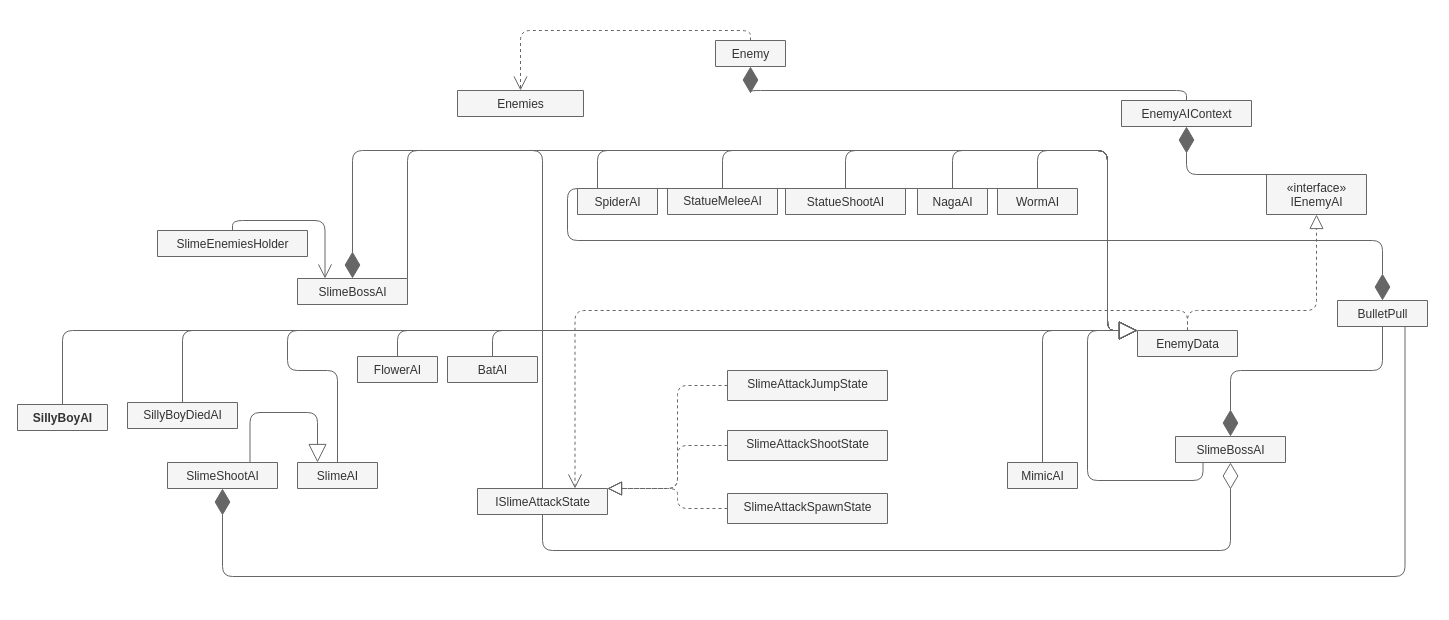
The draw.io diagram page "Enemys" (1 of 2) of UMLD/HuntersTestDiagram.drawio in pasha-str27/hunters-rite, before the edit. Source tidied: cells renumbered, new cells numbered last; positions are measured from the earlier drawing's top-left corner, leaving out a move shared by most shapes. Both pictures are drawn from the tidied source at 100%, with x=0, y=0 at pixel (17, 30).
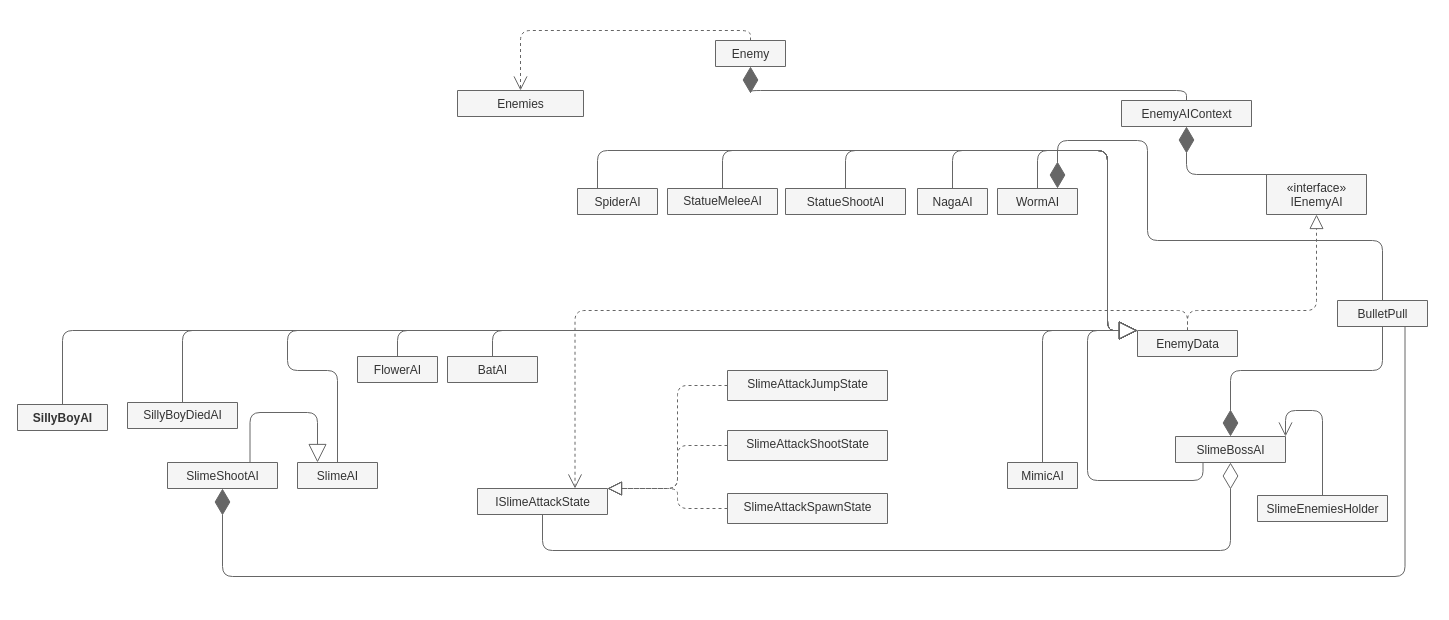
The same page after the edit.

Unchanged cells that the change refers to:
```xml
<mxCell id="7" value="EnemyData" style="swimlane;fontStyle=0;align=center;verticalAlign=top;horizontal=1;startSize=26;fontFamily=Helvetica;labelBackgroundColor=none;labelBorderColor=none;spacingTop=0;spacing=2;fontSize=12;html=1;fillColor=#f5f5f5;strokeColor=#666666;fontColor=#333333;" parent="1" vertex="1" collapsed="1">
  <mxGeometry x="1120" y="300" width="100" height="26" as="geometry" />
</mxCell>
<mxCell id="14" value="BulletPull" style="swimlane;fontStyle=0;align=center;verticalAlign=top;horizontal=1;startSize=26;labelBackgroundColor=none;fontFamily=Helvetica;fontSize=12;labelBorderColor=none;html=1;fillColor=#f5f5f5;strokeColor=#666666;fontColor=#333333;" parent="1" vertex="1" collapsed="1">
  <mxGeometry x="1320" y="270" width="90" height="26" as="geometry" />
</mxCell>
<mxCell id="17" value="SlimeBossAI" style="swimlane;fontStyle=0;align=center;verticalAlign=top;horizontal=1;startSize=26;labelBorderColor=none;labelBackgroundColor=none;html=1;fillColor=#f5f5f5;strokeColor=#666666;fontColor=#333333;" parent="1" vertex="1" collapsed="1">
  <mxGeometry x="1158" y="406" width="110" height="26" as="geometry" />
</mxCell>
<mxCell id="19" value="ISlimeAttackState" style="swimlane;fontStyle=0;align=center;verticalAlign=top;horizontal=1;startSize=26;labelBorderColor=none;labelBackgroundColor=none;html=1;fillColor=#f5f5f5;strokeColor=#666666;fontColor=#333333;" parent="1" vertex="1" collapsed="1">
  <mxGeometry x="460" y="458" width="130" height="26" as="geometry" />
</mxCell>
<mxCell id="50" value="WormAI" style="swimlane;fontStyle=0;align=center;verticalAlign=top;horizontal=1;startSize=26;labelBorderColor=none;labelBackgroundColor=none;html=1;fillColor=#f5f5f5;strokeColor=#666666;fontColor=#333333;" parent="1" vertex="1" collapsed="1">
  <mxGeometry x="980" y="158" width="80" height="26" as="geometry" />
</mxCell>
```

Change to the diagram source:
```diff
@@
-    <mxCell id="39" value="SlimeBossAI" style="swimlane;fontStyle=0;align=center;verticalAlign=top;horizontal=1;startSize=26;labelBorderColor=none;labelBackgroundColor=none;html=1;fillColor=#f5f5f5;strokeColor=#666666;fontColor=#333333;" parent="1" vertex="1" collapsed="1">
-      <mxGeometry x="280" y="248" width="110" height="26" as="geometry" />
-    </mxCell>
-    <mxCell id="40" style="endArrow=diamondThin;endFill=1;endSize=24;fontColor=#f0f0f0;exitX=0.5;exitY=0;exitDx=0;exitDy=0;edgeStyle=orthogonalEdgeStyle;entryX=0.5;entryY=0;entryDx=0;entryDy=0;align=center;fontStyle=0;labelBorderColor=none;labelBackgroundColor=none;html=1;horizontal=1;fillColor=#f5f5f5;strokeColor=#666666;" parent="1" edge="1" source="19" target="39">
-      <mxGeometry relative="1" as="geometry">
-        <Array as="points">
-          <mxPoint x="525" y="120" />
-          <mxPoint x="335" y="120" />
-        </Array>
-      </mxGeometry>
-    </mxCell>
-    <mxCell id="41" style="endArrow=block;endSize=16;endFill=0;fontColor=#f0f0f0;exitX=1;exitY=0;exitDx=0;exitDy=0;entryX=0;entryY=0;entryDx=0;entryDy=0;edgeStyle=orthogonalEdgeStyle;align=center;fontStyle=0;labelBorderColor=none;labelBackgroundColor=none;html=1;horizontal=1;fillColor=#f5f5f5;strokeColor=#666666;" parent="1" edge="1" source="39" target="7">
-      <mxGeometry relative="1" as="geometry">
-        <Array as="points">
-          <mxPoint x="390" y="120" />
-          <mxPoint x="1090" y="120" />
-          <mxPoint x="1090" y="300" />
-        </Array>
-      </mxGeometry>
-    </mxCell>
     <mxCell id="42" value="SlimeEnemiesHolder" style="swimlane;fontStyle=0;align=center;verticalAlign=top;horizontal=1;startSize=26;labelBorderColor=none;labelBackgroundColor=none;html=1;fillColor=#f5f5f5;strokeColor=#666666;fontColor=#333333;" parent="1" vertex="1" collapsed="1">
-      <mxGeometry x="140" y="200" width="150" height="26" as="geometry" />
+      <mxGeometry x="1240" y="465" width="130" height="26" as="geometry" />
     </mxCell>
-    <mxCell id="43" style="endArrow=open;endFill=1;endSize=12;fontColor=#f0f0f0;exitX=0.5;exitY=0;exitDx=0;exitDy=0;entryX=0.25;entryY=0;entryDx=0;entryDy=0;edgeStyle=orthogonalEdgeStyle;align=center;fontStyle=0;labelBorderColor=none;labelBackgroundColor=none;html=1;horizontal=1;fillColor=#f5f5f5;strokeColor=#666666;" parent="1" edge="1" source="42" target="39">
-      <mxGeometry relative="1" as="geometry" />
+    <mxCell id="43" style="endArrow=open;endFill=1;endSize=12;fontColor=#f0f0f0;exitX=0.5;exitY=0;exitDx=0;exitDy=0;entryX=1;entryY=0;entryDx=0;entryDy=0;edgeStyle=orthogonalEdgeStyle;align=center;fontStyle=0;labelBorderColor=none;labelBackgroundColor=none;html=1;horizontal=1;fillColor=#f5f5f5;strokeColor=#666666;" parent="1" edge="1" source="42" target="17">
+      <mxGeometry relative="1" as="geometry">
+        <Array as="points">
+          <mxPoint x="1305" y="380" />
+          <mxPoint x="1268" y="380" />
+        </Array>
+      </mxGeometry>
     </mxCell>
@@
-    <mxCell id="51" style="endArrow=diamondThin;endFill=1;endSize=24;entryX=0.5;entryY=0;entryDx=0;entryDy=0;edgeStyle=orthogonalEdgeStyle;exitX=0.75;exitY=0;exitDx=0;exitDy=0;align=center;fontStyle=0;labelBorderColor=none;labelBackgroundColor=none;html=1;horizontal=1;fillColor=#f5f5f5;strokeColor=#666666;" parent="1" edge="1" source="50" target="14">
+    <mxCell id="51" style="endArrow=diamondThin;endFill=1;endSize=24;entryX=0.75;entryY=0;entryDx=0;entryDy=0;edgeStyle=orthogonalEdgeStyle;exitX=0.5;exitY=0;exitDx=0;exitDy=0;align=center;fontStyle=0;labelBorderColor=none;labelBackgroundColor=none;html=1;horizontal=1;fillColor=#f5f5f5;strokeColor=#666666;" parent="1" edge="1" source="14" target="50">
       <mxGeometry relative="1" as="geometry">
         <Array as="points">
-          <mxPoint x="550" y="158" />
-          <mxPoint x="550" y="210" />
           <mxPoint x="1365" y="210" />
+          <mxPoint x="1130" y="210" />
+          <mxPoint x="1130" y="110" />
+          <mxPoint x="1040" y="110" />
         </Array>
       </mxGeometry>
     </mxCell>
```
